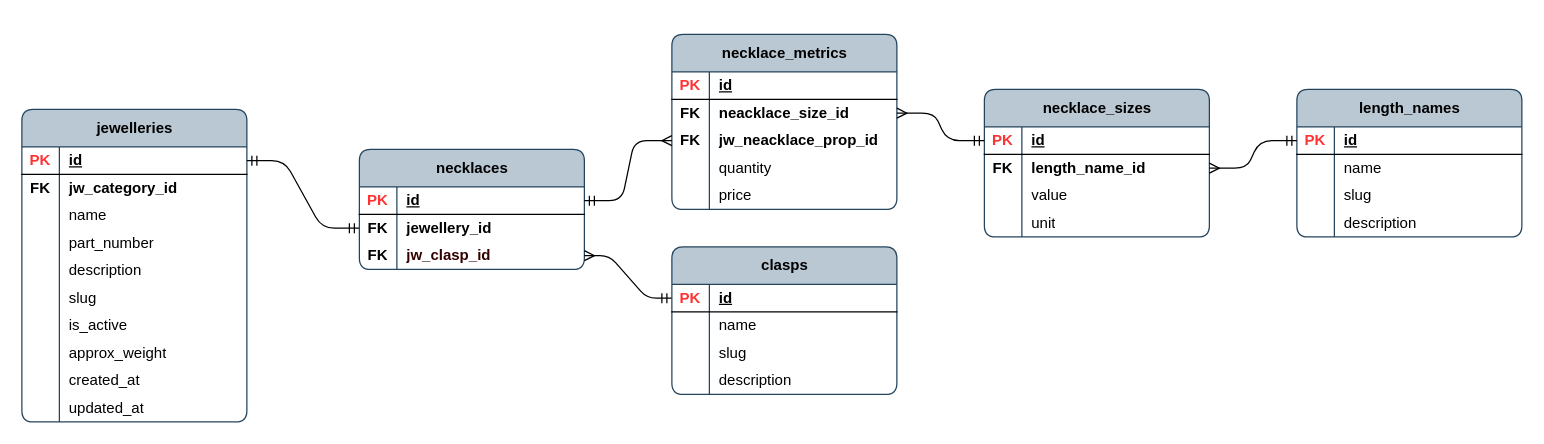
Earlier version of the draw.io diagram page "jw_necklace_props" (11 of 15) of publisher/laravel-app/psql_jewellery_items.drawio (Local-development-environment/msg-brokers-publisher-consumer). Source tidied: cells renumbered, new cells numbered last; positions are measured from the earlier drawing's top-left corner, leaving out a move shared by most shapes. Both pictures are drawn from the tidied source at 125%, with x=0, y=0 at pixel (21, 34).
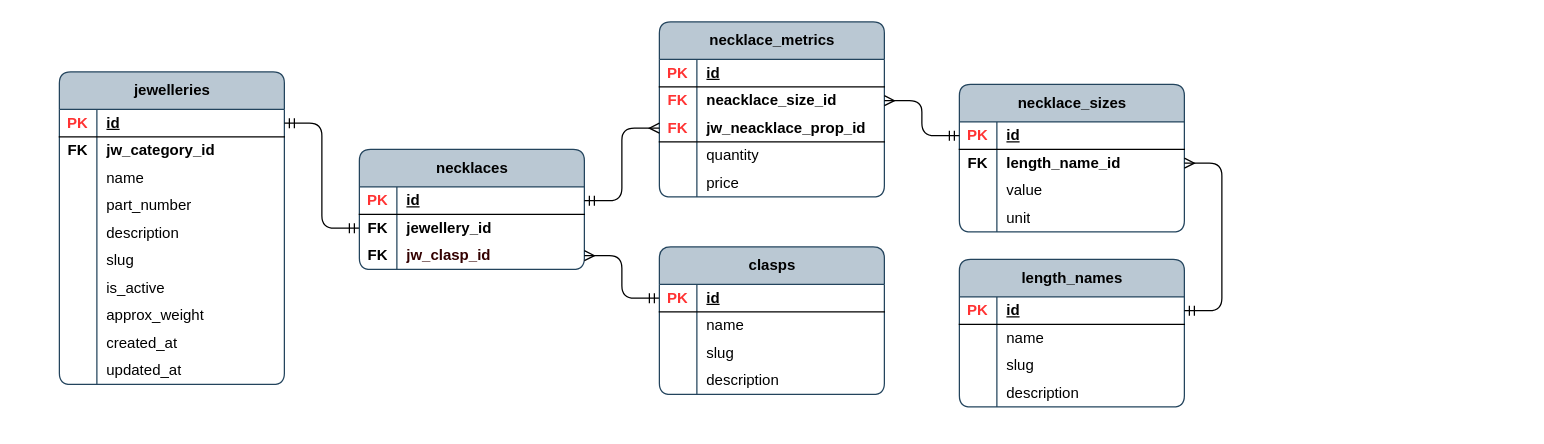
The same page after the edit.

The change refers to these unchanged cells:
```xml
<mxCell id="41" style="shape=tableRow;horizontal=0;startSize=0;swimlaneHead=0;swimlaneBody=0;fillColor=none;points=[[0,0.5],[1,0.5]];portConstraint=eastwest;top=0;left=0;right=0;bottom=0;rounded=0;" parent="34" vertex="1">
  <mxGeometry y="74" width="180" height="22" as="geometry" />
</mxCell>
<mxCell id="48" style="shape=tableRow;horizontal=0;startSize=0;swimlaneHead=0;swimlaneBody=0;fillColor=none;points=[[0,0.5],[1,0.5]];portConstraint=eastwest;top=0;left=0;right=0;bottom=0;rounded=0;" parent="44" vertex="1">
  <mxGeometry y="52" width="180" height="22" as="geometry" />
</mxCell>
<mxCell id="64" style="shape=tableRow;horizontal=0;startSize=0;swimlaneHead=0;swimlaneBody=0;fillColor=none;points=[[0,0.5],[1,0.5]];portConstraint=eastwest;top=0;left=0;right=0;bottom=0;rounded=0;" parent="60" vertex="1">
  <mxGeometry y="52" width="180" height="22" as="geometry" />
</mxCell>
<mxCell id="77" style="shape=tableRow;horizontal=0;startSize=0;swimlaneHead=0;swimlaneBody=0;fillColor=none;points=[[0,0.5],[1,0.5]];portConstraint=eastwest;top=0;left=0;right=0;bottom=1;rounded=0;" parent="76" vertex="1">
  <mxGeometry y="30" width="180" height="22" as="geometry" />
</mxCell>
<mxCell id="90" style="shape=tableRow;horizontal=0;startSize=0;swimlaneHead=0;swimlaneBody=0;fillColor=none;points=[[0,0.5],[1,0.5]];portConstraint=eastwest;top=0;left=0;right=0;bottom=1;rounded=0;" parent="89" vertex="1">
  <mxGeometry y="30" width="180" height="22" as="geometry" />
</mxCell>
```

Change to the diagram source:
```diff
@@
     <mxCell id="2" value="jewelleries" style="shape=table;startSize=30;childLayout=tableLayout;rowLines=0;fontStyle=1;align=center;html=1;rounded=1;swimlaneFillColor=none;fillColor=#bac8d3;strokeColor=#23445d;columnLines=1;arcSize=10;" parent="1" vertex="1">
-      <mxGeometry y="60" width="180" height="250" as="geometry" />
+      <mxGeometry x="30" y="30" width="180" height="250" as="geometry" />
     </mxCell>
@@
     <mxCell id="44" value="necklace_metrics" style="shape=table;startSize=30;childLayout=tableLayout;rowLines=0;fontStyle=1;align=center;html=1;rounded=1;swimlaneFillColor=none;fillColor=#bac8d3;strokeColor=#23445d;columnLines=1;arcSize=10;" parent="1" vertex="1">
-      <mxGeometry x="520" width="180" height="140" as="geometry" />
+      <mxGeometry x="510" y="-10" width="180" height="140" as="geometry" />
     </mxCell>
@@
-    <mxCell id="49" value="&lt;b&gt;FK&lt;/b&gt;" style="shape=partialRectangle;fillColor=none;top=0;left=0;bottom=0;right=0;overflow=hidden;whiteSpace=wrap;html=1;" parent="48" vertex="1">
+    <mxCell id="49" value="&lt;b&gt;&lt;font style=&quot;color: rgb(255, 51, 51);&quot;&gt;FK&lt;/font&gt;&lt;/b&gt;" style="shape=partialRectangle;fillColor=none;top=0;left=0;bottom=0;right=0;overflow=hidden;whiteSpace=wrap;html=1;" parent="48" vertex="1">
       <mxGeometry width="30" height="22" as="geometry" />
     </mxCell>
@@
-    <mxCell id="51" style="shape=tableRow;horizontal=0;startSize=0;swimlaneHead=0;swimlaneBody=0;fillColor=none;points=[[0,0.5],[1,0.5]];portConstraint=eastwest;top=0;left=0;right=0;bottom=0;rounded=0;" parent="44" vertex="1">
+    <mxCell id="51" style="shape=tableRow;horizontal=0;startSize=0;swimlaneHead=0;swimlaneBody=0;fillColor=none;points=[[0,0.5],[1,0.5]];portConstraint=eastwest;top=0;left=0;right=0;bottom=1;rounded=0;" parent="44" vertex="1">
       <mxGeometry y="74" width="180" height="22" as="geometry" />
     </mxCell>
-    <mxCell id="52" value="&lt;b&gt;FK&lt;/b&gt;" style="shape=partialRectangle;fillColor=none;top=0;left=0;bottom=0;right=0;overflow=hidden;whiteSpace=wrap;html=1;" parent="51" vertex="1">
+    <mxCell id="52" value="&lt;b&gt;&lt;font style=&quot;color: rgb(255, 51, 51);&quot;&gt;FK&lt;/font&gt;&lt;/b&gt;" style="shape=partialRectangle;fillColor=none;top=0;left=0;bottom=0;right=0;overflow=hidden;whiteSpace=wrap;html=1;" parent="51" vertex="1">
       <mxGeometry width="30" height="22" as="geometry" />
     </mxCell>
@@
     <mxCell id="60" value="necklace_sizes" style="shape=table;startSize=30;childLayout=tableLayout;rowLines=0;fontStyle=1;align=center;html=1;rounded=1;swimlaneFillColor=none;fillColor=#bac8d3;strokeColor=#23445d;columnLines=1;arcSize=10;" parent="1" vertex="1">
-      <mxGeometry x="770" y="44" width="180" height="118" as="geometry" />
+      <mxGeometry x="750" y="40" width="180" height="118" as="geometry" />
     </mxCell>
@@
-    <mxCell id="75" style="edgeStyle=entityRelationEdgeStyle;fontSize=12;html=1;endArrow=ERmany;rounded=1;curved=0;entryX=1;entryY=0.5;entryDx=0;entryDy=0;startArrow=ERmandOne;startFill=0;arcSize=15;segment=20;strokeOpacity=100;exitX=0;exitY=0.5;exitDx=0;exitDy=0;" parent="1" edge="1" source="77" target="41">
+    <mxCell id="75" style="edgeStyle=entityRelationEdgeStyle;fontSize=12;html=1;endArrow=ERmany;rounded=1;curved=0;entryX=1;entryY=0.5;entryDx=0;entryDy=0;startArrow=ERmandOne;startFill=0;arcSize=20;segment=30;strokeOpacity=100;exitX=0;exitY=0.5;exitDx=0;exitDy=0;" parent="1" edge="1" source="77" target="41">
       <mxGeometry relative="1" as="geometry" />
     </mxCell>
     <mxCell id="76" value="clasps" style="shape=table;startSize=30;childLayout=tableLayout;rowLines=0;fontStyle=1;align=center;html=1;rounded=1;swimlaneFillColor=none;fillColor=#bac8d3;strokeColor=#23445d;columnLines=1;arcSize=10;" parent="1" vertex="1">
-      <mxGeometry x="520" y="170" width="180" height="118" as="geometry" />
+      <mxGeometry x="510" y="170" width="180" height="118" as="geometry" />
     </mxCell>
@@
     <mxCell id="89" value="length_names" style="shape=table;startSize=30;childLayout=tableLayout;rowLines=0;fontStyle=1;align=center;html=1;rounded=1;swimlaneFillColor=none;fillColor=#bac8d3;strokeColor=#23445d;columnLines=1;arcSize=10;" parent="1" vertex="1">
-      <mxGeometry x="1020" y="44" width="180" height="118" as="geometry" />
+      <mxGeometry x="750" y="180" width="180" height="118" as="geometry" />
     </mxCell>
@@
-    <mxCell id="102" style="edgeStyle=entityRelationEdgeStyle;fontSize=12;html=1;endArrow=ERmany;rounded=1;curved=0;exitX=0;exitY=0.5;exitDx=0;exitDy=0;startArrow=ERmandOne;startFill=0;entryX=1;entryY=0.5;entryDx=0;entryDy=0;" parent="1" edge="1" source="90" target="64">
+    <mxCell id="102" style="edgeStyle=entityRelationEdgeStyle;fontSize=12;html=1;endArrow=ERmany;rounded=1;curved=0;exitX=1;exitY=0.5;exitDx=0;exitDy=0;startArrow=ERmandOne;startFill=0;entryX=1;entryY=0.5;entryDx=0;entryDy=0;" parent="1" edge="1" source="90" target="64">
       <mxGeometry relative="1" as="geometry" />
     </mxCell>
```
